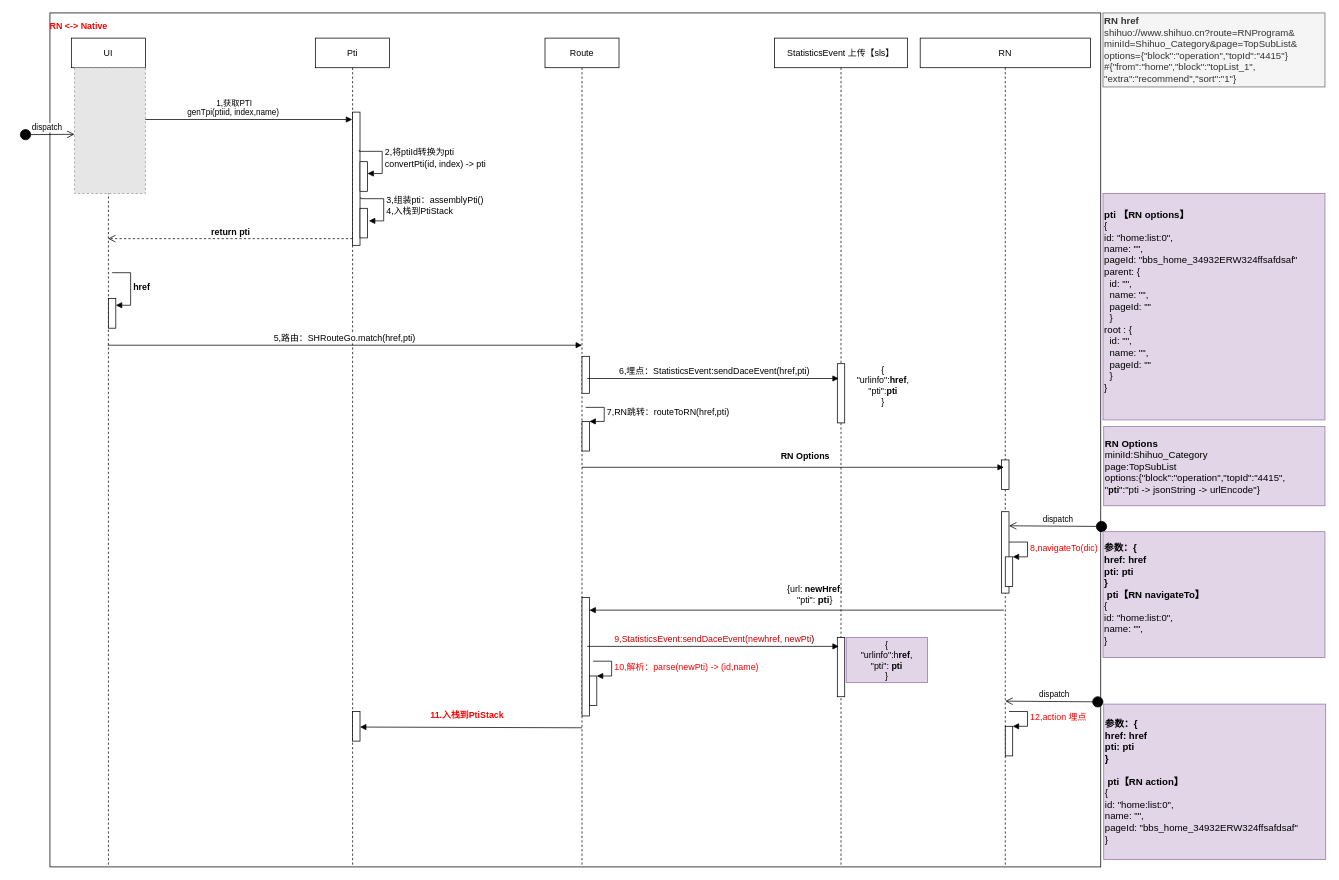
The draw.io diagram ios客户端埋点方案V2-2.drawio in aiquantong/Hero, before the edit. Source tidied: cells renumbered, new cells numbered last; positions are measured from the earlier drawing's top-left corner, leaving out a move shared by most shapes. Both pictures are drawn from the tidied source at 74%, with x=0, y=0 at pixel (19, 13). Pictures stored in the file or linked from it are replaced by grey dashed boxes.
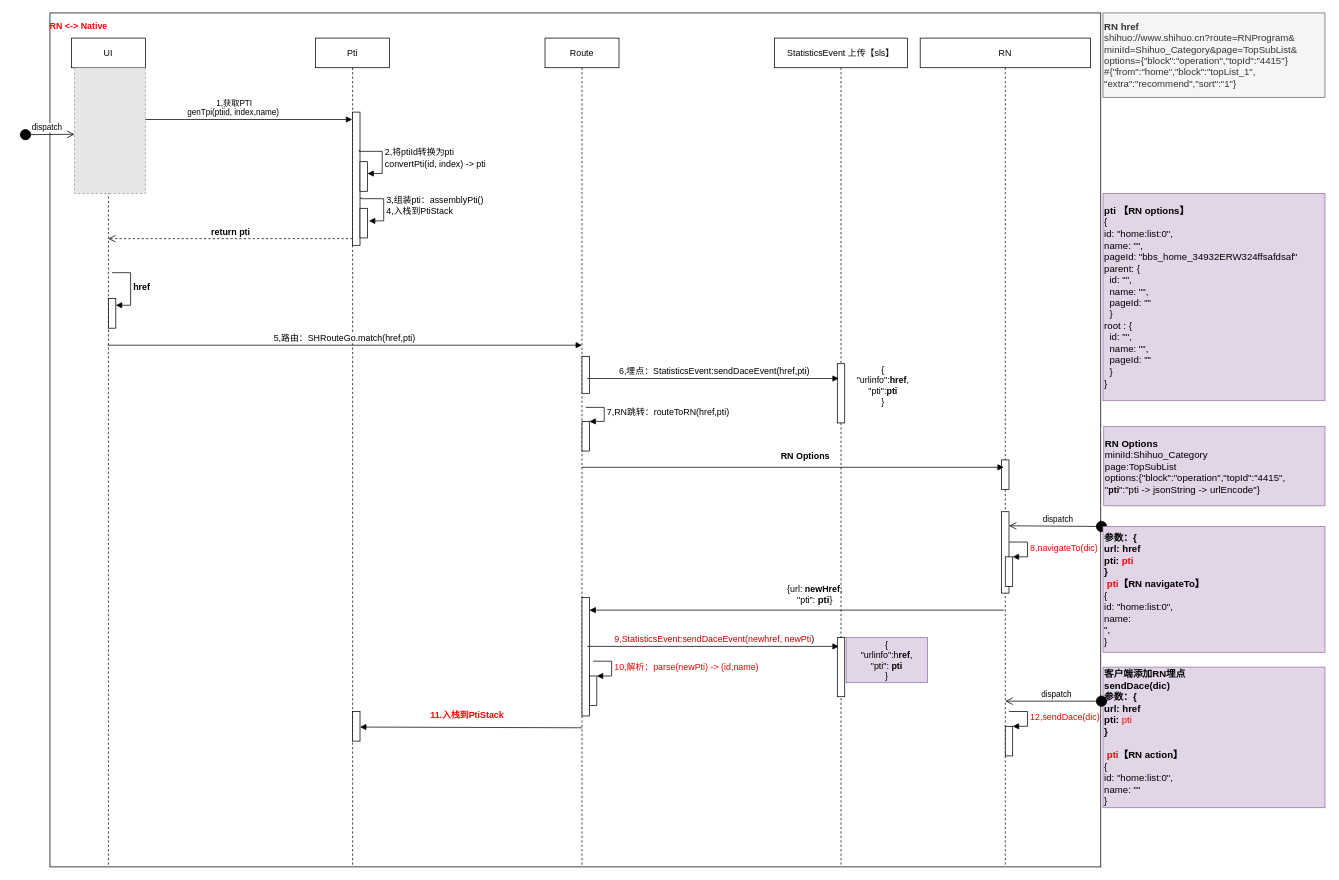
After the change.

Commit message:
Update ios客户端埋点方案V2-2.drawio

The change refers to these unchanged cells:
```xml
<mxCell id="30" value="RN" style="shape=umlLifeline;perimeter=lifelinePerimeter;whiteSpace=wrap;html=1;" parent="1" vertex="1">
  <mxGeometry x="1217" y="34" width="230" height="1120" as="geometry" />
</mxCell>
<mxCell id="35" style="html=1;points=[];perimeter=orthogonalPerimeter;fontSize=12;fontColor=#FF0000;align=left;" parent="30" vertex="1">
  <mxGeometry x="115" y="930" width="10" height="40" as="geometry" />
</mxCell>
```

The edit, as a diff of the source:
```diff
@@
-    <mxCell id="36" value="12,action 埋点" style="edgeStyle=orthogonalEdgeStyle;html=1;align=left;spacingLeft=2;endArrow=block;rounded=0;entryX=1;entryY=0;fontSize=12;fontColor=#FF0000;" parent="30" edge="1" target="35">
+    <mxCell id="36" value="12,sendDace(dic)" style="edgeStyle=orthogonalEdgeStyle;html=1;align=left;spacingLeft=2;endArrow=block;rounded=0;entryX=1;entryY=0;fontSize=12;fontColor=#FF0000;" parent="30" edge="1" target="35">
       <mxGeometry relative="1" as="geometry">
         <mxPoint x="120" y="910" as="sourcePoint" />
         <Array as="points">
           <mxPoint x="145" y="910" />
         </Array>
       </mxGeometry>
     </mxCell>
@@
     <mxCell id="47" value="&lt;span style=&quot;font-size: 13px;&quot;&gt;&lt;b style=&quot;font-size: 13px;&quot;&gt;RN href&lt;/b&gt;&lt;/span&gt;&lt;br style=&quot;padding: 0px; margin: 0px; font-size: 13px;&quot;&gt;&lt;span style=&quot;font-size: 13px;&quot;&gt;shihuo://www.shihuo.cn?route=RNProgram&amp;amp;&lt;/span&gt;&lt;br style=&quot;padding: 0px; margin: 0px; font-size: 13px;&quot;&gt;&lt;span style=&quot;font-size: 13px;&quot;&gt;miniId=Shihuo_Category&amp;amp;page=TopSubList&amp;amp;&lt;/span&gt;&lt;br style=&quot;padding: 0px; margin: 0px; font-size: 13px;&quot;&gt;&lt;span style=&quot;font-size: 13px;&quot;&gt;options={&quot;block&quot;:&quot;operation&quot;,&quot;topId&quot;:&quot;4415&quot;}&lt;/span&gt;&lt;br style=&quot;padding: 0px; margin: 0px; font-size: 13px;&quot;&gt;&lt;span style=&quot;font-size: 13px;&quot;&gt;#{&quot;from&quot;:&quot;home&quot;,&quot;block&quot;:&quot;topList_1&quot;,&lt;/span&gt;&lt;br style=&quot;padding: 0px; margin: 0px; font-size: 13px;&quot;&gt;&lt;span style=&quot;font-size: 13px;&quot;&gt;&quot;extra&quot;:&quot;recommend&quot;,&quot;sort&quot;:&quot;1&quot;}&lt;/span&gt;" style="rounded=0;whiteSpace=wrap;html=1;align=left;fillColor=#f5f5f5;strokeColor=#666666;fontColor=#333333;fontSize=13;" parent="1" vertex="1">
-      <mxGeometry x="1464" width="300" height="100" as="geometry" />
+      <mxGeometry x="1464" width="300" height="114" as="geometry" />
     </mxCell>
@@
-    <mxCell id="49" value="&lt;font style=&quot;font-size: 13px&quot;&gt;&lt;b&gt;pti 【RN options】&lt;/b&gt;&lt;b&gt;&lt;br&gt;&lt;/b&gt;&lt;/font&gt;&lt;div style=&quot;font-size: 13px&quot;&gt;&lt;div&gt;&lt;font style=&quot;font-size: 13px&quot;&gt;{&lt;br&gt;&lt;/font&gt;&lt;/div&gt;&lt;div&gt;&lt;div&gt;&lt;font style=&quot;font-size: 13px&quot;&gt;id: &quot;home:list:0&quot;,&lt;/font&gt;&lt;/div&gt;&lt;div&gt;&lt;font style=&quot;font-size: 13px&quot;&gt;name: &quot;&quot;,&lt;/font&gt;&lt;/div&gt;&lt;div&gt;&lt;font style=&quot;font-size: 13px&quot;&gt;pageId: &quot;bbs_home_34932ERW324ffsafdsaf&quot;&lt;/font&gt;&lt;/div&gt;&lt;div&gt;&lt;font style=&quot;font-size: 13px&quot;&gt;parent: {&lt;/font&gt;&lt;/div&gt;&lt;div&gt;&lt;font style=&quot;font-size: 13px&quot;&gt;&amp;nbsp; id: &quot;&quot;,&lt;/font&gt;&lt;/div&gt;&lt;div&gt;&lt;font style=&quot;font-size: 13px&quot;&gt;&amp;nbsp; name: &quot;&quot;,&lt;/font&gt;&lt;/div&gt;&lt;div&gt;&lt;font style=&quot;font-size: 13px&quot;&gt;&amp;nbsp; pageId: &quot;&quot;&lt;/font&gt;&lt;/div&gt;&lt;div&gt;&lt;font style=&quot;font-size: 13px&quot;&gt;&amp;nbsp; }&lt;/font&gt;&lt;/div&gt;&lt;div&gt;&lt;font style=&quot;font-size: 13px&quot;&gt;root : {&lt;/font&gt;&lt;/div&gt;&lt;div&gt;&lt;div&gt;&lt;font style=&quot;font-size: 13px&quot;&gt;&amp;nbsp; id: &quot;&quot;,&lt;/font&gt;&lt;/div&gt;&lt;div&gt;&lt;font style=&quot;font-size: 13px&quot;&gt;&amp;nbsp; name: &quot;&quot;,&lt;/font&gt;&lt;/div&gt;&lt;div&gt;&lt;font style=&quot;font-size: 13px&quot;&gt;&amp;nbsp; pageId: &quot;&quot;&lt;/font&gt;&lt;/div&gt;&lt;/div&gt;&lt;div&gt;&lt;font style=&quot;font-size: 13px&quot;&gt;&amp;nbsp; }&lt;/font&gt;&lt;/div&gt;&lt;div&gt;&lt;font style=&quot;font-size: 13px&quot;&gt;}&lt;/font&gt;&lt;/div&gt;&lt;/div&gt;&lt;div&gt;&lt;br&gt;&lt;/div&gt;&lt;/div&gt;" style="text;html=1;strokeColor=#9673a6;fillColor=#e1d5e7;align=left;verticalAlign=middle;whiteSpace=wrap;rounded=0;fontSize=12;" parent="1" vertex="1">
-      <mxGeometry x="1464" y="244" width="300" height="306" as="geometry" />
+    <mxCell id="49" value="&lt;font style=&quot;font-size: 13px&quot;&gt;&lt;b&gt;pti 【RN options】&lt;/b&gt;&lt;b&gt;&lt;br&gt;&lt;/b&gt;&lt;/font&gt;&lt;div style=&quot;font-size: 13px&quot;&gt;&lt;div&gt;&lt;font style=&quot;font-size: 13px&quot;&gt;{&lt;br&gt;&lt;/font&gt;&lt;/div&gt;&lt;div&gt;&lt;div&gt;&lt;font style=&quot;font-size: 13px&quot;&gt;id: &quot;home:list:0&quot;,&lt;/font&gt;&lt;/div&gt;&lt;div&gt;&lt;font style=&quot;font-size: 13px&quot;&gt;name: &quot;&quot;,&lt;/font&gt;&lt;/div&gt;&lt;div&gt;&lt;font style=&quot;font-size: 13px&quot;&gt;pageId: &quot;bbs_home_34932ERW324ffsafdsaf&quot;&lt;/font&gt;&lt;/div&gt;&lt;div&gt;&lt;font style=&quot;font-size: 13px&quot;&gt;parent: {&lt;/font&gt;&lt;/div&gt;&lt;div&gt;&lt;font style=&quot;font-size: 13px&quot;&gt;&amp;nbsp; id: &quot;&quot;,&lt;/font&gt;&lt;/div&gt;&lt;div&gt;&lt;font style=&quot;font-size: 13px&quot;&gt;&amp;nbsp; name: &quot;&quot;,&lt;/font&gt;&lt;/div&gt;&lt;div&gt;&lt;font style=&quot;font-size: 13px&quot;&gt;&amp;nbsp; pageId: &quot;&quot;&lt;/font&gt;&lt;/div&gt;&lt;div&gt;&lt;font style=&quot;font-size: 13px&quot;&gt;&amp;nbsp; }&lt;/font&gt;&lt;/div&gt;&lt;div&gt;&lt;font style=&quot;font-size: 13px&quot;&gt;root : {&lt;/font&gt;&lt;/div&gt;&lt;div&gt;&lt;div&gt;&lt;font style=&quot;font-size: 13px&quot;&gt;&amp;nbsp; id: &quot;&quot;,&lt;/font&gt;&lt;/div&gt;&lt;div&gt;&lt;font style=&quot;font-size: 13px&quot;&gt;&amp;nbsp; name: &quot;&quot;,&lt;/font&gt;&lt;/div&gt;&lt;div&gt;&lt;font style=&quot;font-size: 13px&quot;&gt;&amp;nbsp; pageId: &quot;&quot;&lt;/font&gt;&lt;/div&gt;&lt;/div&gt;&lt;div&gt;&lt;font style=&quot;font-size: 13px&quot;&gt;&amp;nbsp; }&lt;/font&gt;&lt;/div&gt;&lt;div&gt;&lt;font style=&quot;font-size: 13px&quot;&gt;}&lt;/font&gt;&lt;/div&gt;&lt;/div&gt;&lt;/div&gt;" style="text;html=1;strokeColor=#9673a6;fillColor=#e1d5e7;align=left;verticalAlign=middle;whiteSpace=wrap;rounded=0;fontSize=12;" parent="1" vertex="1">
+      <mxGeometry x="1464" y="244" width="300" height="280" as="geometry" />
     </mxCell>
-    <mxCell id="50" value="&lt;font style=&quot;font-size: 13px&quot;&gt;&lt;b&gt;参数：{&lt;br&gt;href: href&lt;br&gt;pti: pti&lt;br&gt;}&lt;/b&gt;&lt;b&gt;&lt;br&gt;&amp;nbsp;&lt;/b&gt;&lt;b&gt;pti&lt;/b&gt;&lt;b&gt;【RN navigateTo】&lt;/b&gt;&lt;b&gt;&lt;br&gt;&lt;/b&gt;&lt;/font&gt;&lt;div style=&quot;font-size: 13px&quot;&gt;&lt;div&gt;&lt;font style=&quot;font-size: 13px&quot;&gt;{&lt;br&gt;&lt;/font&gt;&lt;/div&gt;&lt;div&gt;&lt;div&gt;&lt;font style=&quot;font-size: 13px&quot;&gt;id: &quot;home:list:0&quot;,&lt;/font&gt;&lt;/div&gt;&lt;div&gt;&lt;font style=&quot;font-size: 13px&quot;&gt;name: &quot;&quot;,&lt;/font&gt;&lt;/div&gt;&lt;div&gt;&lt;font style=&quot;font-size: 13px&quot;&gt;}&lt;/font&gt;&lt;/div&gt;&lt;/div&gt;&lt;/div&gt;" style="text;html=1;strokeColor=#9673a6;fillColor=#e1d5e7;align=left;verticalAlign=middle;whiteSpace=wrap;rounded=0;fontSize=12;" parent="1" vertex="1">
-      <mxGeometry x="1464" y="701" width="300" height="170" as="geometry" />
+    <mxCell id="50" value="&lt;font style=&quot;font-size: 13px&quot;&gt;&lt;b&gt;参数：{&lt;br&gt;url: href&lt;br&gt;pti: &lt;font color=&quot;#ff0000&quot;&gt;pti&lt;/font&gt;&lt;br&gt;}&lt;/b&gt;&lt;b&gt;&lt;br&gt;&amp;nbsp;&lt;/b&gt;&lt;b&gt;&lt;font color=&quot;#ff0000&quot;&gt;pti&lt;/font&gt;&lt;/b&gt;&lt;b&gt;【RN navigateTo】&lt;/b&gt;&lt;b&gt;&lt;br&gt;&lt;/b&gt;&lt;/font&gt;&lt;div style=&quot;font-size: 13px&quot;&gt;&lt;div&gt;&lt;font style=&quot;font-size: 13px&quot;&gt;{&lt;br&gt;&lt;/font&gt;&lt;/div&gt;&lt;div&gt;&lt;div&gt;&lt;font style=&quot;font-size: 13px&quot;&gt;id: &quot;home:list:0&quot;,&lt;/font&gt;&lt;/div&gt;&lt;div&gt;&lt;font style=&quot;font-size: 13px&quot;&gt;name:&amp;nbsp;&lt;/font&gt;&lt;/div&gt;&lt;div&gt;&lt;font style=&quot;font-size: 13px&quot;&gt;&quot;,&lt;/font&gt;&lt;/div&gt;&lt;div&gt;&lt;font style=&quot;font-size: 13px&quot;&gt;}&lt;/font&gt;&lt;/div&gt;&lt;/div&gt;&lt;/div&gt;" style="text;html=1;strokeColor=#9673a6;fillColor=#e1d5e7;align=left;verticalAlign=middle;whiteSpace=wrap;rounded=0;fontSize=12;" parent="1" vertex="1">
+      <mxGeometry x="1464" y="694" width="300" height="170" as="geometry" />
     </mxCell>
-    <mxCell id="51" value="&lt;font style=&quot;font-size: 13px&quot;&gt;&lt;b&gt;&lt;br&gt;参数：{&lt;br&gt;href: href&lt;br&gt;pti: pti&lt;br&gt;}&lt;br&gt;&lt;br&gt;&amp;nbsp;pti【RN action】&lt;/b&gt;&lt;b&gt;&lt;br&gt;&lt;/b&gt;&lt;/font&gt;&lt;div style=&quot;font-size: 13px&quot;&gt;&lt;div&gt;&lt;font style=&quot;font-size: 13px&quot;&gt;{&lt;br&gt;&lt;/font&gt;&lt;/div&gt;&lt;div&gt;&lt;div&gt;&lt;font style=&quot;font-size: 13px&quot;&gt;id: &quot;home:list:0&quot;,&lt;/font&gt;&lt;/div&gt;&lt;div&gt;&lt;font style=&quot;font-size: 13px&quot;&gt;name: &quot;&quot;,&lt;/font&gt;&lt;/div&gt;&lt;div&gt;&lt;font style=&quot;font-size: 13px&quot;&gt;pageId: &quot;bbs_home_34932ERW324ffsafdsaf&quot;&lt;/font&gt;&lt;/div&gt;&lt;div&gt;&lt;span&gt;}&lt;/span&gt;&lt;br&gt;&lt;/div&gt;&lt;/div&gt;&lt;div&gt;&lt;br&gt;&lt;/div&gt;&lt;/div&gt;" style="text;html=1;strokeColor=#9673a6;fillColor=#e1d5e7;align=left;verticalAlign=middle;whiteSpace=wrap;rounded=0;fontSize=12;" parent="1" vertex="1">
-      <mxGeometry x="1465" y="934" width="300" height="210" as="geometry" />
+    <mxCell id="51" value="&lt;font style=&quot;font-size: 13px&quot;&gt;&lt;b&gt;客户端添加RN埋点&lt;br&gt;sendDace(dic)&lt;br&gt;参数：{&lt;br&gt;url: href&lt;br&gt;pti: &lt;/b&gt;&lt;font color=&quot;#ff0000&quot;&gt;pti&lt;/font&gt;&lt;br&gt;&lt;b&gt;}&lt;/b&gt;&lt;br&gt;&lt;br&gt;&lt;b&gt;&amp;nbsp;&lt;font color=&quot;#ff0000&quot;&gt;pti&lt;/font&gt;【RN action】&lt;br&gt;&lt;/b&gt;&lt;/font&gt;&lt;div style=&quot;font-size: 13px&quot;&gt;&lt;div&gt;&lt;font style=&quot;font-size: 13px&quot;&gt;{&lt;br&gt;&lt;/font&gt;&lt;/div&gt;&lt;div&gt;&lt;div&gt;&lt;font style=&quot;font-size: 13px&quot;&gt;id: &quot;home:list:0&quot;,&lt;/font&gt;&lt;/div&gt;&lt;div&gt;&lt;font style=&quot;font-size: 13px&quot;&gt;name: &quot;&quot;&lt;/font&gt;&lt;/div&gt;&lt;div&gt;&lt;span&gt;}&lt;/span&gt;&lt;/div&gt;&lt;/div&gt;&lt;/div&gt;" style="text;html=1;strokeColor=#9673a6;fillColor=#e1d5e7;align=left;verticalAlign=middle;whiteSpace=wrap;rounded=0;fontSize=12;" parent="1" vertex="1">
+      <mxGeometry x="1464" y="884" width="300" height="190" as="geometry" />
     </mxCell>
     <mxCell id="52" value="dispatch" style="html=1;verticalAlign=bottom;startArrow=circle;startFill=1;endArrow=open;startSize=6;endSize=8;entryX=1;entryY=0.173;entryDx=0;entryDy=0;entryPerimeter=0;" parent="1" edge="1">
       <mxGeometry relative="1" as="geometry">
-        <mxPoint x="1465" y="931" as="sourcePoint" />
+        <mxPoint x="1470" y="930" as="sourcePoint" />
         <mxPoint x="1332" y="930" as="targetPoint" />
       </mxGeometry>
     </mxCell>
```
